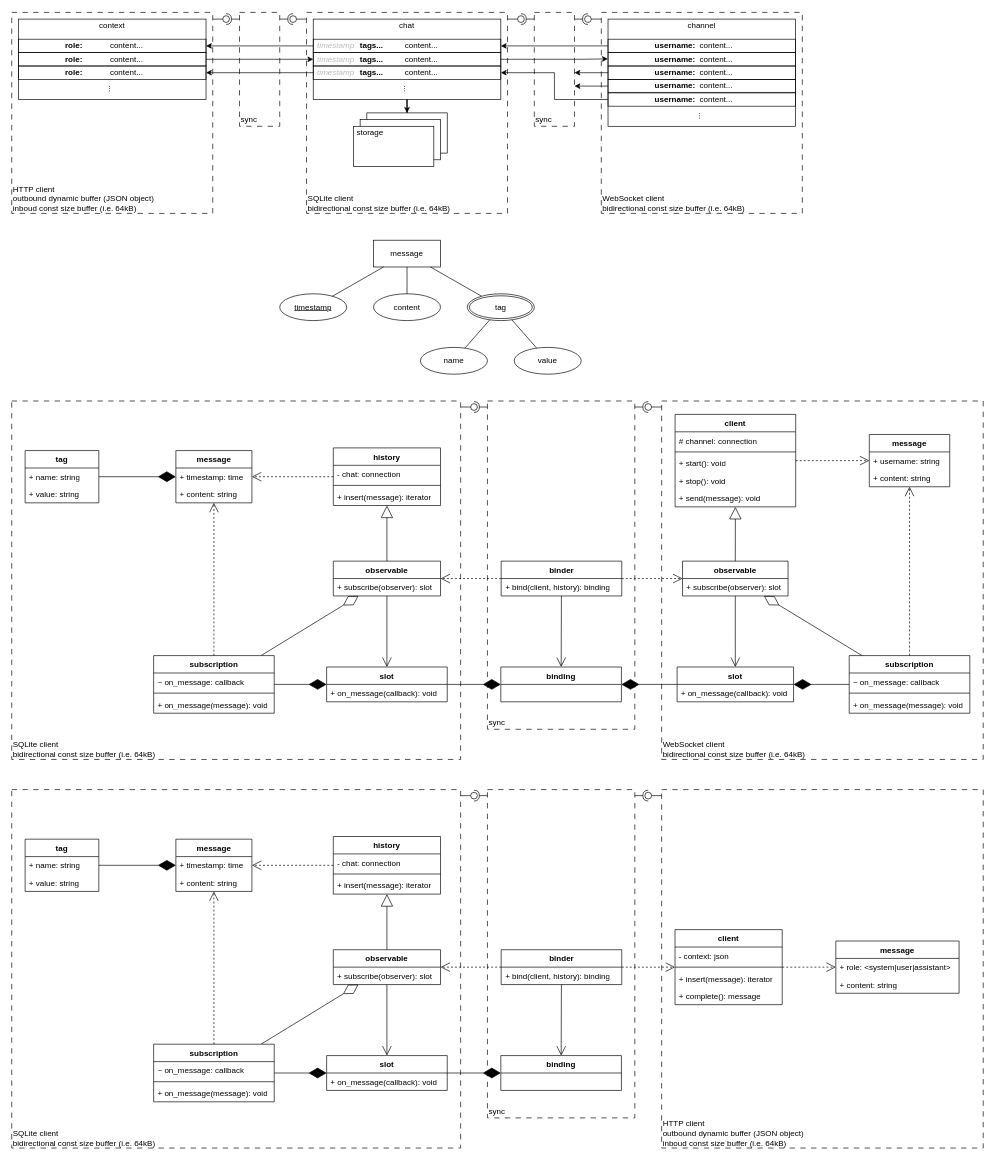
Above: doc/concept.drawio in vitalii-samoilenko/ai-chat-bot (draw.io), before the change. Source tidied: cells renumbered, new cells numbered last; positions are measured from the earlier drawing's top-left corner, leaving out a move shared by most shapes. Both pictures are drawn from the tidied source at 67%, with x=0, y=0 at pixel (-89, 12).
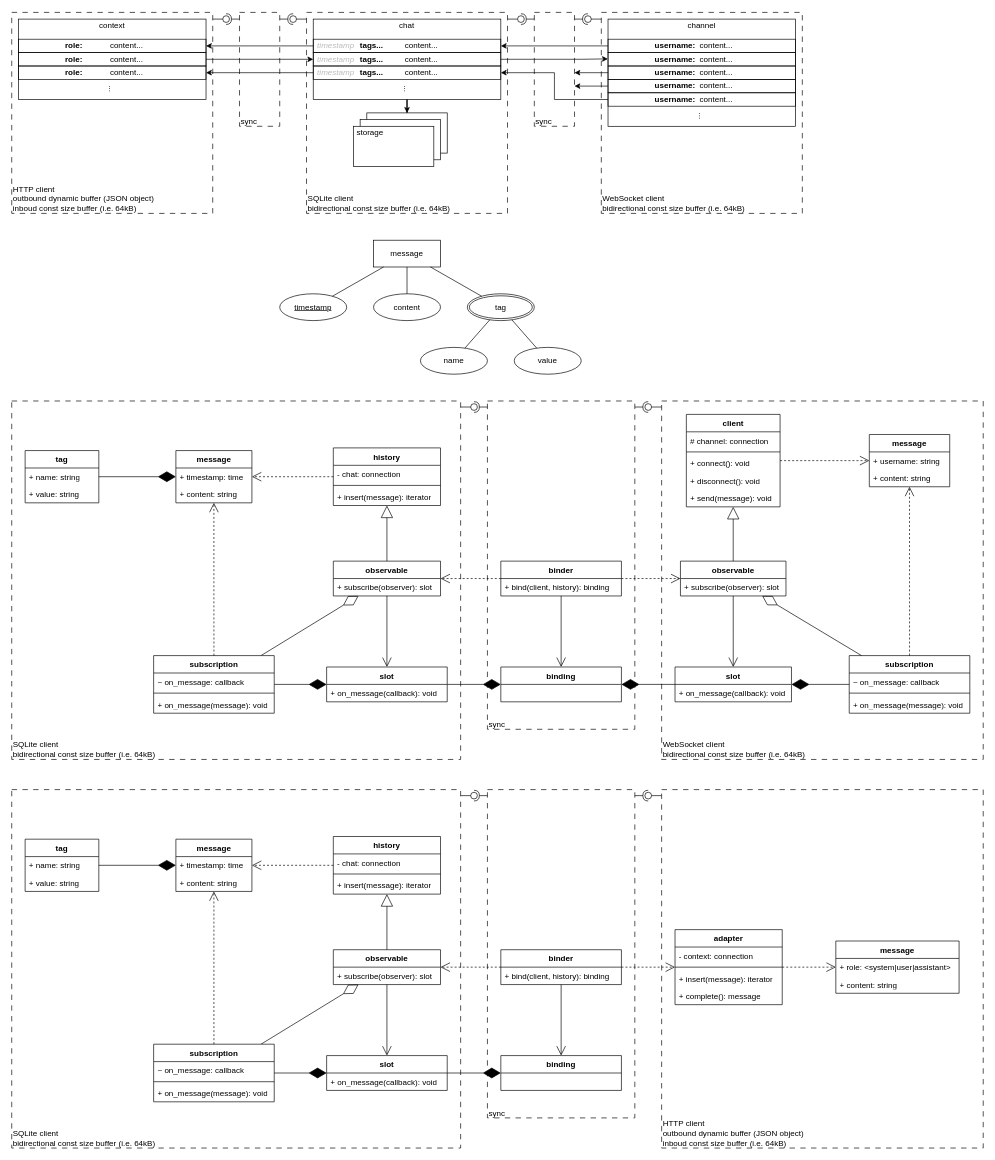
After the change.

Diff of the diagram source:
```diff
@@
-    <mxCell id="84" value="client" style="swimlane;fontStyle=1;align=center;verticalAlign=top;horizontal=1;startSize=26;whiteSpace=wrap;html=1;" parent="1" vertex="1">
+    <mxCell id="84" value="adapter" style="swimlane;fontStyle=1;align=center;verticalAlign=top;horizontal=1;startSize=26;whiteSpace=wrap;html=1;" parent="1" vertex="1">
       <mxGeometry x="1140" y="1369" width="160" height="112" as="geometry" />
     </mxCell>
-    <mxCell id="85" value="- context: json" style="text;strokeColor=none;fillColor=none;align=left;verticalAlign=top;spacingLeft=4;spacingRight=4;overflow=hidden;whiteSpace=wrap;html=1;" parent="84" vertex="1">
+    <mxCell id="85" value="- context: connection" style="text;strokeColor=none;fillColor=none;align=left;verticalAlign=top;spacingLeft=4;spacingRight=4;overflow=hidden;whiteSpace=wrap;html=1;" parent="84" vertex="1">
       <mxGeometry y="26" width="160" height="26" as="geometry" />
     </mxCell>
@@
     <mxCell id="114" value="client" style="swimlane;fontStyle=1;align=center;verticalAlign=top;horizontal=1;startSize=26;whiteSpace=wrap;html=1;" parent="1" vertex="1">
-      <mxGeometry x="1140.1" y="600" width="180" height="138" as="geometry" />
+      <mxGeometry x="1156.9" y="600" width="139.9" height="138" as="geometry" />
     </mxCell>
     <mxCell id="115" value="# channel: connection" style="text;strokeColor=none;fillColor=none;align=left;verticalAlign=top;spacingLeft=4;spacingRight=4;overflow=hidden;whiteSpace=wrap;html=1;" parent="114" vertex="1">
-      <mxGeometry y="26" width="180" height="26" as="geometry" />
+      <mxGeometry y="26" width="139.9" height="26" as="geometry" />
     </mxCell>
     <mxCell id="116" style="line;strokeWidth=1;fillColor=none;align=left;verticalAlign=middle;spacingTop=-1;spacingLeft=3;spacingRight=3;labelPosition=right;strokeColor=inherit;" parent="114" vertex="1">
-      <mxGeometry y="52" width="180" height="8" as="geometry" />
+      <mxGeometry y="52" width="139.9" height="8" as="geometry" />
     </mxCell>
-    <mxCell id="117" value="+ start(): void" style="text;strokeColor=none;fillColor=none;align=left;verticalAlign=top;spacingLeft=4;spacingRight=4;overflow=hidden;whiteSpace=wrap;html=1;" parent="114" vertex="1">
-      <mxGeometry y="60" width="180" height="26" as="geometry" />
+    <mxCell id="117" value="+ connect(): void" style="text;strokeColor=none;fillColor=none;align=left;verticalAlign=top;spacingLeft=4;spacingRight=4;overflow=hidden;whiteSpace=wrap;html=1;" parent="114" vertex="1">
+      <mxGeometry y="60" width="139.9" height="26" as="geometry" />
     </mxCell>
-    <mxCell id="118" value="+ stop(): void" style="text;strokeColor=none;fillColor=none;align=left;verticalAlign=top;spacingLeft=4;spacingRight=4;overflow=hidden;whiteSpace=wrap;html=1;" parent="114" vertex="1">
-      <mxGeometry y="86" width="180" height="26" as="geometry" />
+    <mxCell id="118" value="+ disconnect(): void" style="text;strokeColor=none;fillColor=none;align=left;verticalAlign=top;spacingLeft=4;spacingRight=4;overflow=hidden;whiteSpace=wrap;html=1;" parent="114" vertex="1">
+      <mxGeometry y="86" width="139.9" height="26" as="geometry" />
     </mxCell>
     <mxCell id="119" value="+ send(message): void" style="text;strokeColor=none;fillColor=none;align=left;verticalAlign=top;spacingLeft=4;spacingRight=4;overflow=hidden;whiteSpace=wrap;html=1;" parent="114" vertex="1">
-      <mxGeometry y="112" width="180" height="26" as="geometry" />
+      <mxGeometry y="112" width="139.9" height="26" as="geometry" />
     </mxCell>
     <mxCell id="120" value="observable" style="swimlane;fontStyle=1;align=center;verticalAlign=top;horizontal=1;startSize=26;whiteSpace=wrap;html=1;" parent="1" vertex="1">
-      <mxGeometry x="1151.2" y="819" width="157.5" height="52" as="geometry" />
+      <mxGeometry x="1148.1" y="819" width="157.5" height="52" as="geometry" />
     </mxCell>
@@
     <mxCell id="124" value="slot" style="swimlane;fontStyle=1;align=center;verticalAlign=top;horizontal=1;startSize=26;whiteSpace=wrap;html=1;" parent="1" vertex="1">
-      <mxGeometry x="1143.1" y="977" width="173.8" height="52" as="geometry" />
+      <mxGeometry x="1140" y="977" width="173.8" height="52" as="geometry" />
     </mxCell>
@@
     <mxCell id="129" value="binder" style="swimlane;fontStyle=1;align=center;verticalAlign=top;horizontal=1;startSize=26;whiteSpace=wrap;html=1;" parent="1" vertex="1">
-      <mxGeometry x="880.5" y="819" width="180" height="52" as="geometry" />
+      <mxGeometry x="880" y="819" width="180" height="52" as="geometry" />
     </mxCell>
@@
-    <mxCell id="131" value="sync" style="text;html=1;align=left;verticalAlign=middle;whiteSpace=wrap;rounded=0;rotation=0;" parent="1" vertex="1">
-      <mxGeometry x="860" y="1050" width="220" height="20" as="geometry" />
+    <mxCell id="131" value="sync" style="text;html=1;align=left;verticalAlign=middle;whiteSpace=wrap;rounded=0;rotation=0;spacingTop=0;spacing=2;" parent="1" vertex="1">
+      <mxGeometry x="860" y="1055" width="220" height="15" as="geometry" />
     </mxCell>
@@
     <mxCell id="155" value="sync" style="text;html=1;align=left;verticalAlign=middle;whiteSpace=wrap;rounded=0;rotation=0;" parent="1" vertex="1">
-      <mxGeometry x="930" y="150" width="60" height="20" as="geometry" />
+      <mxGeometry x="930" y="155" width="60" height="15" as="geometry" />
     </mxCell>
@@
     <mxCell id="166" value="sync" style="text;html=1;align=left;verticalAlign=middle;whiteSpace=wrap;rounded=0;rotation=0;" parent="1" vertex="1">
-      <mxGeometry x="490" y="150" width="60" height="20" as="geometry" />
+      <mxGeometry x="490" y="155" width="60" height="15" as="geometry" />
     </mxCell>
@@
     <mxCell id="204" value="binder" style="swimlane;fontStyle=1;align=center;verticalAlign=top;horizontal=1;startSize=26;whiteSpace=wrap;html=1;" parent="1" vertex="1">
-      <mxGeometry x="880.5" y="1399" width="180" height="52" as="geometry" />
+      <mxGeometry x="880" y="1399" width="180" height="52" as="geometry" />
     </mxCell>
@@
     <mxCell id="206" value="sync" style="text;html=1;align=left;verticalAlign=middle;whiteSpace=wrap;rounded=0;rotation=0;" parent="1" vertex="1">
-      <mxGeometry x="860" y="1630" width="220" height="20" as="geometry" />
+      <mxGeometry x="860" y="1635" width="220" height="15" as="geometry" />
     </mxCell>
```
